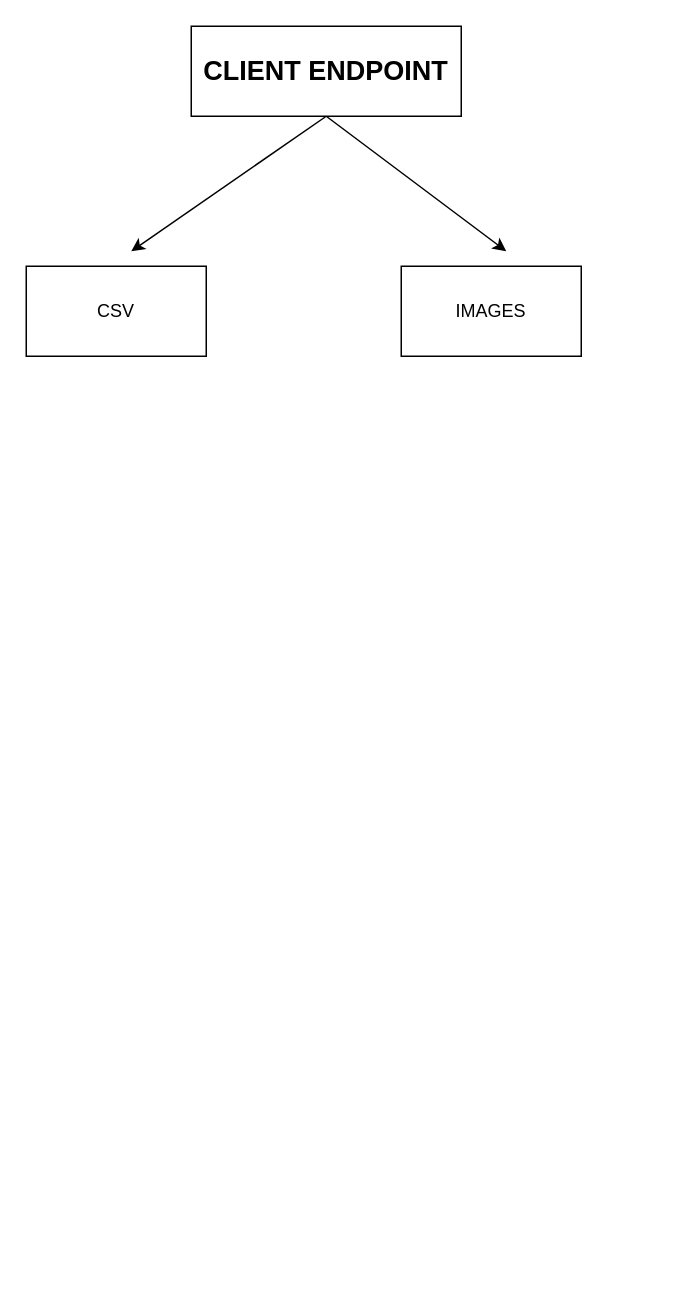
rushikesh-mallanath/draw keeps this draw.io diagram as Progress.drawio. Above is the earlier version. Source tidied: cells renumbered, new cells numbered last; positions are measured from the earlier drawing's top-left corner, leaving out a move shared by most shapes. Both pictures are drawn from the tidied source at 150%, with x=0, y=0 at pixel (26, 26).
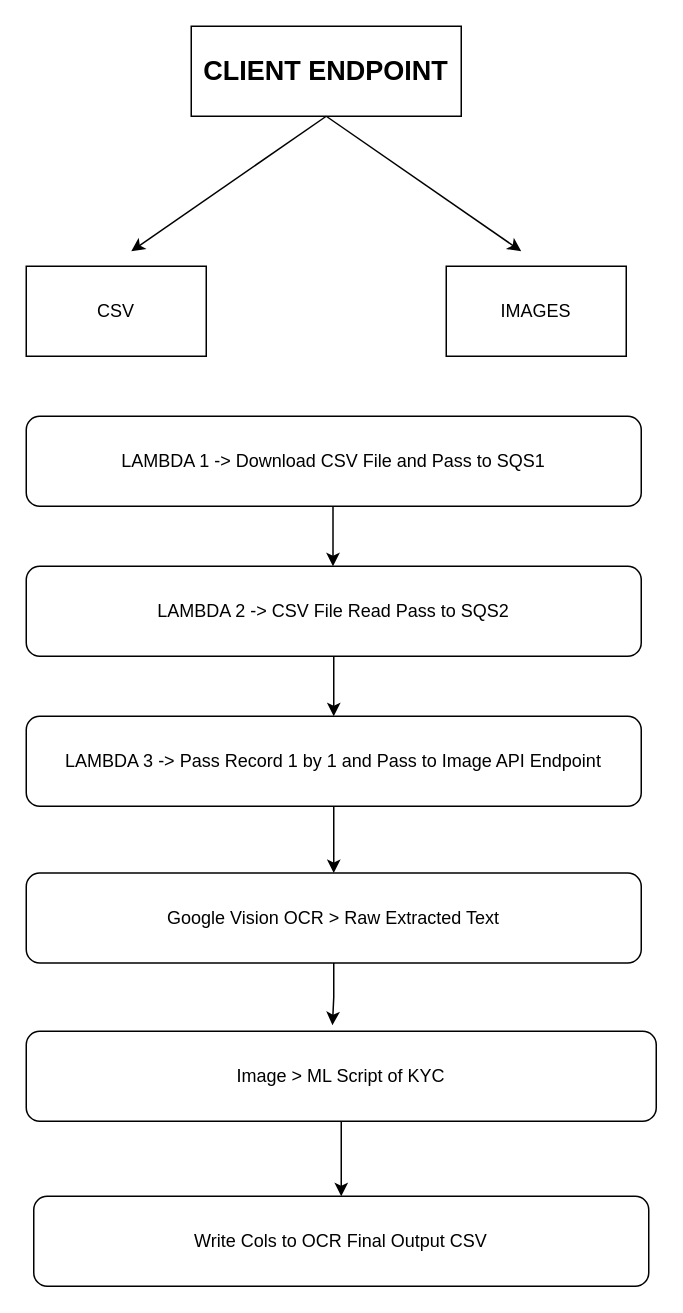
The same page after the edit.

Diff of the diagram source:
```diff
@@
     <mxCell id="4" style="endArrow=classic;html=1;rounded=0;" parent="1" edge="1">
       <mxGeometry relative="1" as="geometry">
         <mxPoint x="200" y="60" as="sourcePoint" />
-        <mxPoint x="320" y="150" as="targetPoint" />
+        <mxPoint x="330" y="150" as="targetPoint" />
       </mxGeometry>
     </mxCell>
@@
     <mxCell id="6" value="IMAGES" style="rounded=0;whiteSpace=wrap;html=1;" parent="1" vertex="1">
-      <mxGeometry x="250" y="160" width="120" height="60" as="geometry" />
+      <mxGeometry x="280" y="160" width="120" height="60" as="geometry" />
     </mxCell>
+    <mxCell id="7" value="LAMBDA 1 -&amp;gt; Download CSV File and Pass to SQS1" style="rounded=1;whiteSpace=wrap;html=1;" parent="1" vertex="1">
+      <mxGeometry y="260" width="410" height="60" as="geometry" />
+    </mxCell>
+    <mxCell id="8" style="edgeStyle=orthogonalEdgeStyle;rounded=0;jettySize=auto;html=1;" parent="1" edge="1" source="9" target="11">
+      <mxGeometry relative="1" as="geometry" />
+    </mxCell>
+    <mxCell id="9" value="LAMBDA 2 -&amp;gt; CSV File Read Pass to SQS2" style="rounded=1;whiteSpace=wrap;html=1;" parent="1" vertex="1">
+      <mxGeometry y="360" width="410" height="60" as="geometry" />
+    </mxCell>
+    <mxCell id="10" style="edgeStyle=orthogonalEdgeStyle;rounded=0;jettySize=auto;html=1;" parent="1" edge="1" source="11" target="13">
+      <mxGeometry relative="1" as="geometry" />
+    </mxCell>
+    <mxCell id="11" value="LAMBDA 3 -&amp;gt; Pass Record 1 by 1 and Pass to Image API Endpoint" style="rounded=1;whiteSpace=wrap;html=1;" parent="1" vertex="1">
+      <mxGeometry y="460" width="410" height="60" as="geometry" />
+    </mxCell>
+    <mxCell id="12" style="endArrow=classic;html=1;rounded=0;" parent="1" edge="1">
+      <mxGeometry relative="1" as="geometry">
+        <mxPoint x="204.5" y="320" as="sourcePoint" />
+        <mxPoint x="204.5" y="360" as="targetPoint" />
+      </mxGeometry>
+    </mxCell>
+    <mxCell id="13" value="Google Vision OCR &amp;gt; Raw Extracted Text" style="rounded=1;whiteSpace=wrap;html=1;" parent="1" vertex="1">
+      <mxGeometry y="564.5" width="410" height="60" as="geometry" />
+    </mxCell>
+    <mxCell id="14" style="edgeStyle=orthogonalEdgeStyle;rounded=0;jettySize=auto;html=1;" parent="1" edge="1" source="15" target="16">
+      <mxGeometry relative="1" as="geometry" />
+    </mxCell>
+    <mxCell id="15" value="Image &amp;gt; ML Script of KYC" style="rounded=1;whiteSpace=wrap;html=1;" parent="1" vertex="1">
+      <mxGeometry y="670" width="420" height="60" as="geometry" />
+    </mxCell>
+    <mxCell id="16" value="Write Cols to OCR Final Output CSV" style="rounded=1;whiteSpace=wrap;html=1;" parent="1" vertex="1">
+      <mxGeometry x="5" y="780" width="410" height="60" as="geometry" />
+    </mxCell>
+    <mxCell id="17" style="edgeStyle=orthogonalEdgeStyle;rounded=0;jettySize=auto;html=1;entryX=0.486;entryY=-0.067;entryDx=0;entryDy=0;entryPerimeter=0;" parent="1" edge="1" source="13" target="15">
+      <mxGeometry relative="1" as="geometry" />
+    </mxCell>
```
